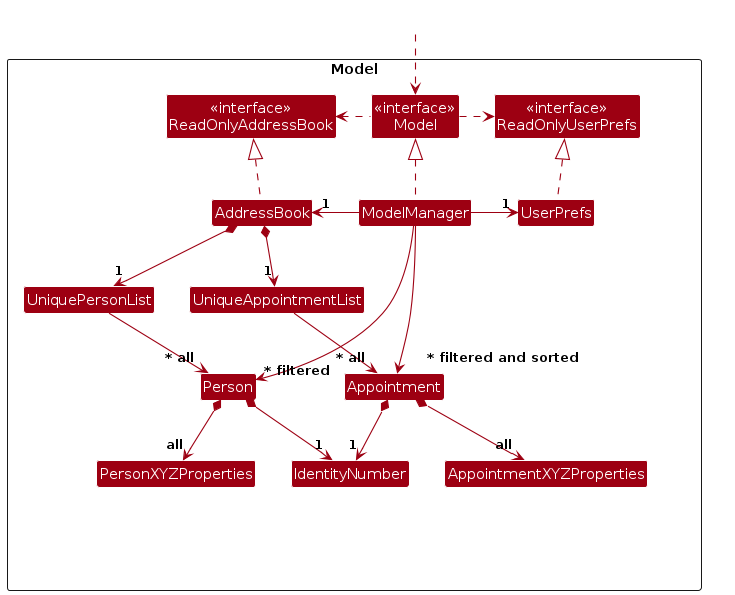
Before: diagrams/ModelClassDiagram.png, a diagram exported from PlantUML (Soo42/tp). Its source is kept beside it as diagrams/ModelClassDiagram.puml.
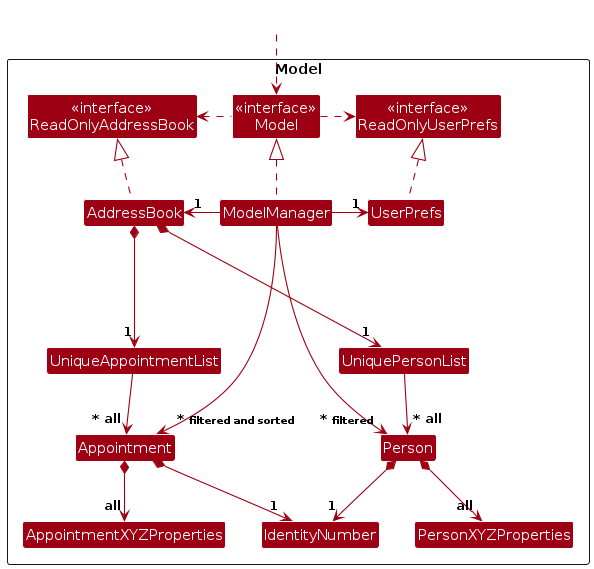
Later version of the same file.

Change to the diagram source:
```diff
@@ -4,6 +4,7 @@
 skinparam arrowColor MODEL_COLOR
 skinparam classBackgroundColor MODEL_COLOR
 
+Class HiddenOutside #FFFFFF
 Package Model as ModelPackage <<Rectangle>>{
 Class "<<interface>>\nReadOnlyAddressBook" as ReadOnlyAddressBook
 Class "<<interface>>\nReadOnlyUserPrefs" as ReadOnlyUserPrefs
@@ -23,11 +24,10 @@
 
 Class AppointmentXYZProperties
 
-Class I #FFFFFF
-}
+Class I #FFFFFF {}
+Class J #FFFFFF {}
 
-Class HiddenOutside #FFFFFF
-HiddenOutside ..> Model
+HiddenOutside .down.> Model
 
 AddressBook .up.|> ReadOnlyAddressBook
 
@@ -38,8 +38,8 @@
 ModelManager -right-> "1" UserPrefs
 UserPrefs .up.|> ReadOnlyUserPrefs
 
-AddressBook *--> "1" UniquePersonList
-AddressBook *--> "1" UniqueAppointmentList
+AddressBook *-right-> "1" UniquePersonList
+AddressBook *-down-> "1" UniqueAppointmentList
 UniquePersonList -down-> "~* all" Person
 UniqueAppointmentList -down-> "~* all" Appointment
 Person *--> "1" IdentityNumber
@@ -48,17 +48,17 @@
 Appointment *--> "1" IdentityNumber
 Appointment *--> "all" AppointmentXYZProperties
 
-ModelManager --> "~* filtered" Person
-ModelManager --> "~* filtered and sorted" Appointment
+ModelManager --> "~* <size:10>filtered</size>" Person
+ModelManager --> "~* <size:10>filtered and sorted</size>" Appointment
 
+UserPrefs -[hidden]--> UniquePersonList
+UniqueAppointmentList -[hidden]right-> UniquePersonList
+Appointment -[hidden]right-> J
 
-Person -[hidden]down--> I
-UniquePersonList -[hidden]right-> I
-Appointment -[hidden]down--> I
-Appointment -[hidden]left--> Person
-
-PersonXYZProperties -[hidden]right-> IdentityNumber
-AppointmentXYZProperties -[hidden]left-> IdentityNumber
-
+PersonXYZProperties -[hidden]left-> IdentityNumber
+AppointmentXYZProperties -[hidden]right-> IdentityNumber
+Person -[hidden]left--> I
+Appointment -[hidden]right--> I
+I -[hidden]-> IdentityNumber
 
 @enduml
```
